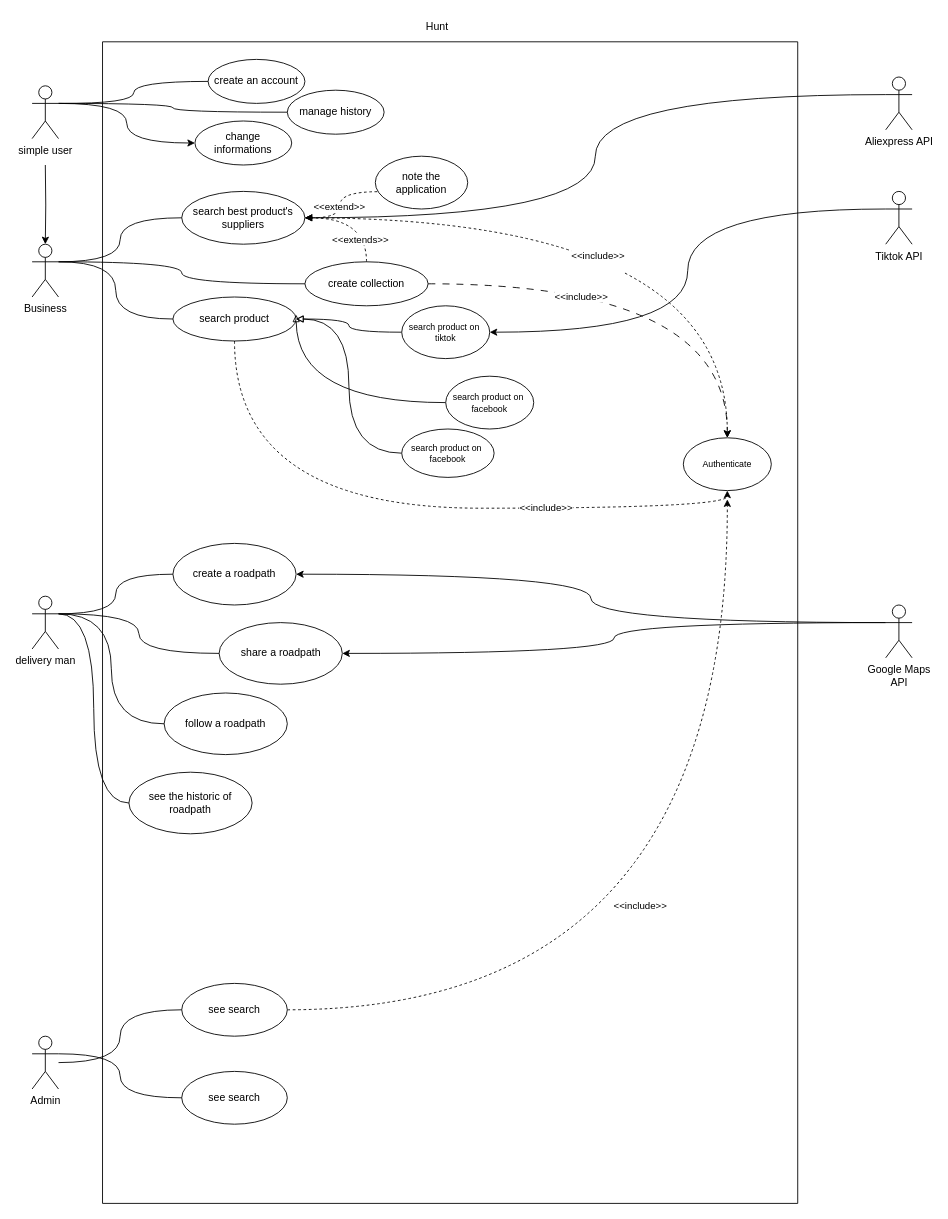
Before: page "UML diagrams" (1 of 3) of Diagramme sans nom.drawio in Valeryio/System-Draws, a draw.io diagram. Source tidied: cells renumbered, new cells numbered last; positions are measured from the earlier drawing's top-left corner, leaving out a move shared by most shapes. Both pictures are drawn from the tidied source at 88%, with x=0, y=0 at pixel (32, 15).
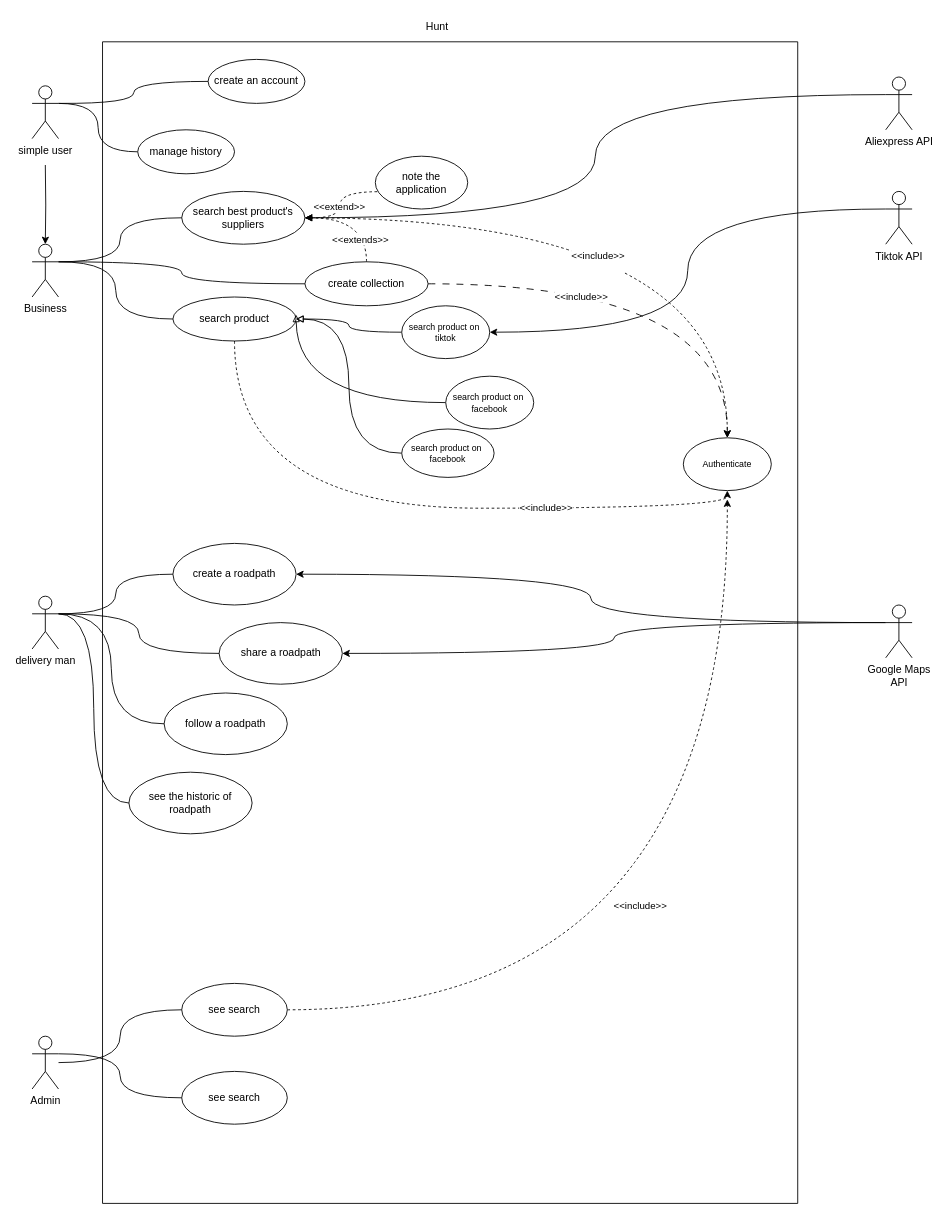
After the change.

The change refers to these unchanged cells:
```xml
<mxCell id="3" style="swimlane;startSize=0;" parent="1" vertex="1">
  <mxGeometry x="80" y="30" width="790" height="1320" as="geometry" />
</mxCell>
<mxCell id="40" value="simple user" style="shape=umlActor;verticalLabelPosition=bottom;verticalAlign=top;html=1;outlineConnect=0;" parent="1" vertex="1">
  <mxGeometry y="80" width="30" height="60" as="geometry" />
</mxCell>
```

What changed in the source:
```diff
@@
     <mxCell id="19" value="manage history" style="ellipse;whiteSpace=wrap;html=1;" parent="3" vertex="1">
-      <mxGeometry x="210" y="55" width="110" height="50" as="geometry" />
+      <mxGeometry x="40" y="100" width="110" height="50" as="geometry" />
     </mxCell>
@@
-    <mxCell id="30" value="change informations" style="ellipse;whiteSpace=wrap;html=1;" parent="3" vertex="1">
-      <mxGeometry x="105" y="90" width="110" height="50" as="geometry" />
-    </mxCell>
@@
-    <mxCell id="39" style="edgeStyle=orthogonalEdgeStyle;rounded=0;jettySize=auto;html=1;exitX=1;exitY=0.3333333333333333;exitDx=0;exitDy=0;exitPerimeter=0;entryX=0;entryY=0.5;entryDx=0;entryDy=0;curved=1;" parent="1" edge="1" source="40" target="30">
-      <mxGeometry relative="1" as="geometry" />
-    </mxCell>
```
